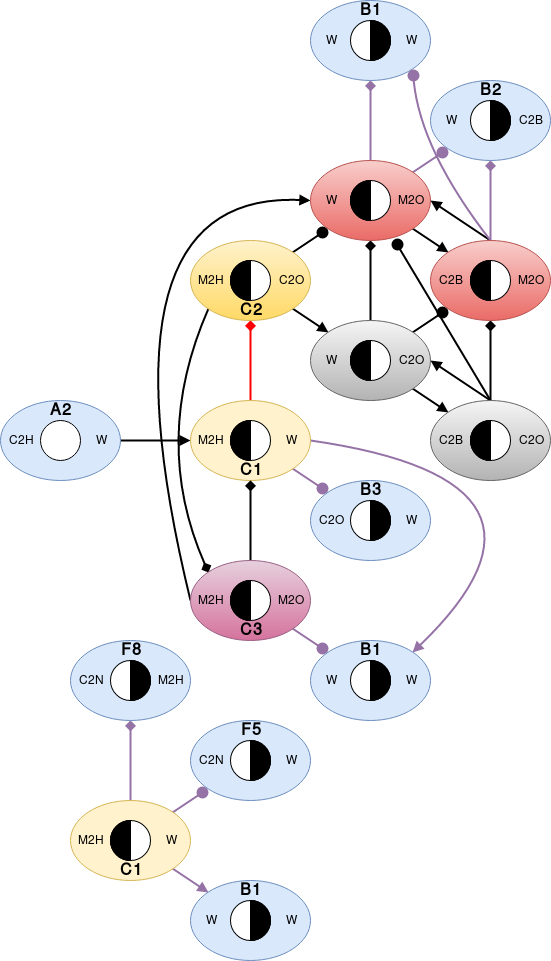
Above: png/IPart_Faulty_1.png in UberPanda/ProofGraphs (draw.io), before the change. Source tidied: cells renumbered, new cells last; positions are measured from the earlier drawing's top-left corner, leaving out a move shared by most shapes.
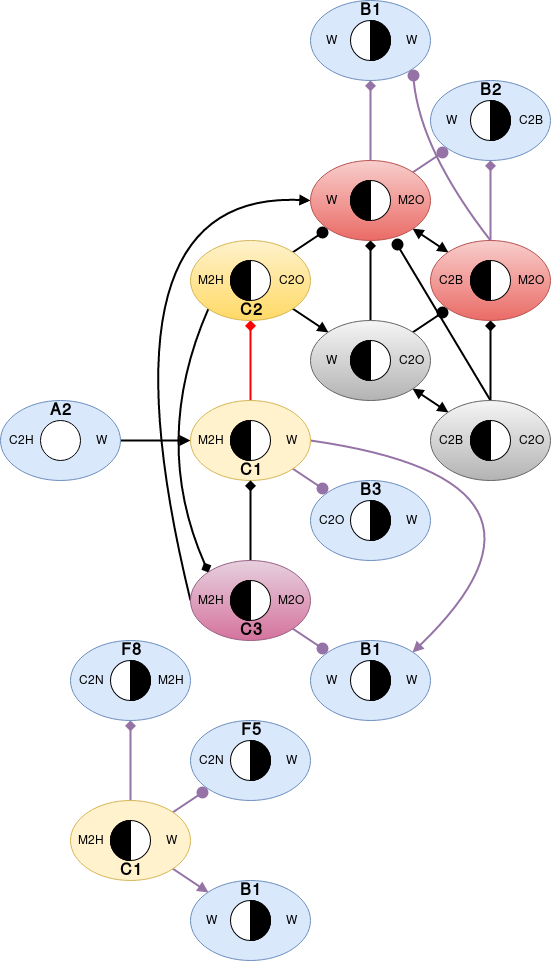
The same file after the commit.

What changed in the source:
```diff
@@ -43,7 +43,7 @@
     <mxCell id="12" style="edgeStyle=none;curved=1;comic=0;html=1;startArrow=none;startFill=0;endArrow=diamond;endFill=1;endSize=6;jettySize=auto;strokeColor=#000000;strokeWidth=2;fillColor=none;" parent="1" edge="1" source="15" target="27">
       <mxGeometry relative="1" as="geometry" />
     </mxCell>
-    <mxCell id="13" style="edgeStyle=none;curved=1;comic=0;html=1;exitX=1;exitY=1;entryX=0;entryY=0;startArrow=none;startFill=0;endArrow=block;endFill=1;endSize=6;jettySize=auto;strokeColor=#000000;strokeWidth=2;fillColor=none;" parent="1" edge="1" source="15" target="23">
+    <mxCell id="13" style="edgeStyle=none;curved=1;comic=0;html=1;exitX=1;exitY=1;entryX=0;entryY=0;startArrow=block;startFill=1;endArrow=block;endFill=1;endSize=6;jettySize=auto;strokeColor=#000000;strokeWidth=2;fillColor=none;" parent="1" edge="1" source="15" target="23">
       <mxGeometry relative="1" as="geometry" />
     </mxCell>
     <mxCell id="14" style="edgeStyle=none;curved=1;comic=0;html=1;exitX=1;exitY=0;startArrow=none;startFill=0;endArrow=circle;endFill=1;endSize=3;jettySize=auto;strokeColor=#000000;strokeWidth=2;fillColor=none;" parent="1" edge="1" source="15" target="31">
@@ -71,9 +71,6 @@
     <mxCell id="20" style="edgeStyle=none;curved=1;comic=0;html=1;startArrow=none;startFill=0;endArrow=diamond;endFill=1;endSize=6;jettySize=auto;strokeColor=#000000;strokeWidth=2;fillColor=none;" parent="1" edge="1" source="23" target="31">
       <mxGeometry relative="1" as="geometry" />
     </mxCell>
-    <mxCell id="21" style="edgeStyle=none;curved=1;comic=0;html=1;exitX=0.5;exitY=0;entryX=1;entryY=0.5;startArrow=none;startFill=0;endArrow=block;endFill=1;endSize=6;jettySize=auto;strokeColor=#000000;strokeWidth=2;fillColor=none;" parent="1" edge="1" source="23" target="15">
-      <mxGeometry relative="1" as="geometry" />
-    </mxCell>
     <mxCell id="22" style="edgeStyle=none;curved=1;comic=0;html=1;exitX=0.5;exitY=0;entryX=0.692;entryY=0.975;entryPerimeter=0;startArrow=none;startFill=0;endArrow=circle;endFill=1;endSize=3;jettySize=auto;strokeColor=#000000;strokeWidth=2;fillColor=none;" parent="1" edge="1" source="23" target="27">
       <mxGeometry relative="1" as="geometry" />
     </mxCell>
@@ -83,7 +80,7 @@
     <mxCell id="24" style="edgeStyle=none;curved=1;comic=0;html=1;startArrow=none;startFill=0;endArrow=diamond;endFill=1;endSize=6;jettySize=auto;strokeColor=#9673a6;strokeWidth=2;fillColor=#e1d5e7;" parent="1" edge="1" source="27" target="6">
       <mxGeometry relative="1" as="geometry" />
     </mxCell>
-    <mxCell id="25" style="edgeStyle=none;curved=1;comic=0;html=1;exitX=1;exitY=1;entryX=0;entryY=0;startArrow=none;startFill=0;endArrow=block;endFill=1;endSize=6;jettySize=auto;strokeColor=#000000;strokeWidth=2;fillColor=none;" parent="1" edge="1" source="27" target="31">
+    <mxCell id="25" style="edgeStyle=none;curved=1;comic=0;html=1;exitX=1;exitY=1;entryX=0;entryY=0;startArrow=block;startFill=1;endArrow=block;endFill=1;endSize=6;jettySize=auto;strokeColor=#000000;strokeWidth=2;fillColor=none;" parent="1" edge="1" source="27" target="31">
       <mxGeometry relative="1" as="geometry" />
     </mxCell>
     <mxCell id="26" style="edgeStyle=none;curved=1;comic=0;html=1;exitX=1;exitY=0;entryX=0;entryY=1;startArrow=none;startFill=0;endArrow=circle;endFill=1;endSize=3;jettySize=auto;strokeColor=#9673a6;strokeWidth=2;fillColor=#e1d5e7;" parent="1" edge="1" source="27" target="11">
@@ -95,9 +92,6 @@
     <mxCell id="28" style="edgeStyle=none;curved=1;comic=0;html=1;startArrow=none;startFill=0;endArrow=diamond;endFill=1;endSize=6;jettySize=auto;strokeColor=#9673a6;strokeWidth=2;fillColor=#e1d5e7;" parent="1" edge="1" source="31" target="11">
       <mxGeometry relative="1" as="geometry" />
     </mxCell>
-    <mxCell id="29" style="edgeStyle=none;curved=1;comic=0;html=1;exitX=0.5;exitY=0;entryX=1;entryY=0.5;startArrow=none;startFill=0;endArrow=block;endFill=1;endSize=6;jettySize=auto;strokeColor=#000000;strokeWidth=2;fillColor=none;" parent="1" edge="1" source="31" target="27">
-      <mxGeometry relative="1" as="geometry" />
-    </mxCell>
     <mxCell id="30" style="edgeStyle=none;curved=1;comic=0;html=1;exitX=0.5;exitY=0;entryX=1;entryY=1;startArrow=none;startFill=0;endArrow=circle;endFill=1;endSize=3;jettySize=auto;strokeColor=#9673a6;strokeWidth=2;fillColor=#e1d5e7;" parent="1" edge="1" source="31" target="6">
       <mxGeometry relative="1" as="geometry">
         <Array as="points">
```
